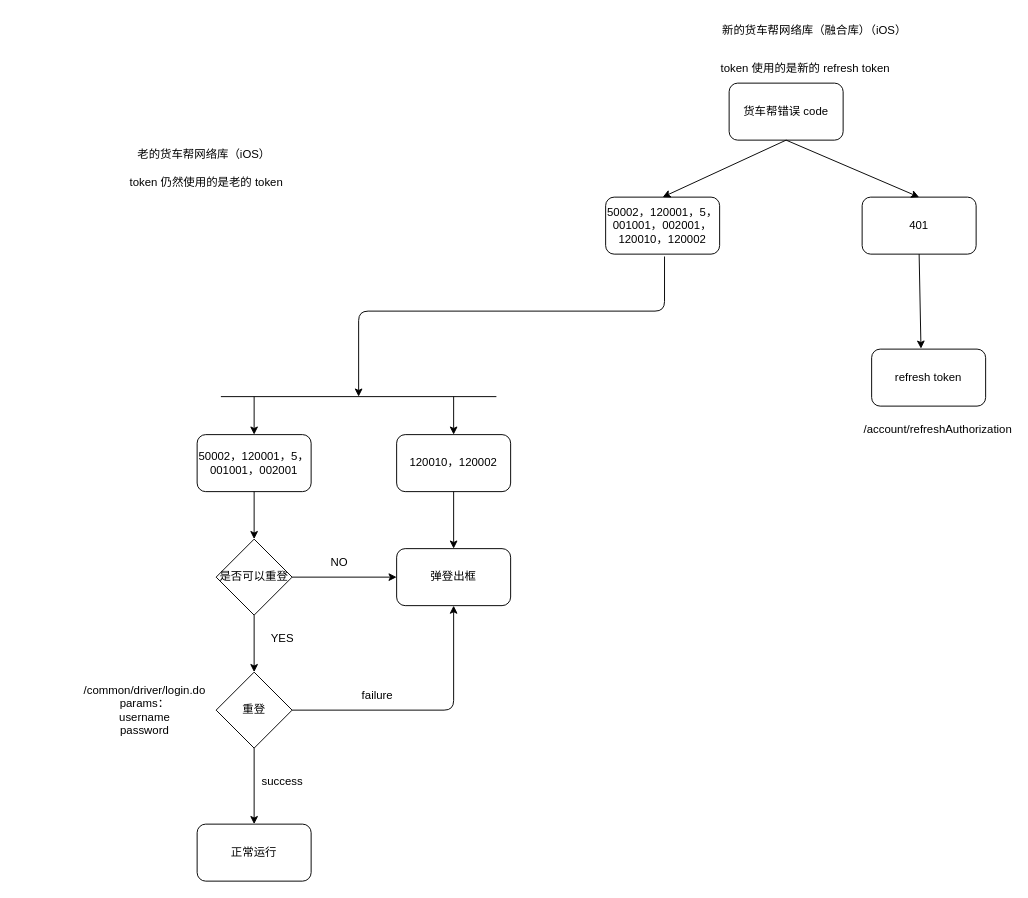
Above: a/网络库错误处理.drawio in fdd09/flow (draw.io), before the change. Source tidied: cells renumbered, new cells numbered last; positions are measured from the earlier drawing's top-left corner, leaving out a move shared by most shapes. Both pictures are drawn from the tidied source at 95%, with x=0, y=0 at pixel (116, 16).
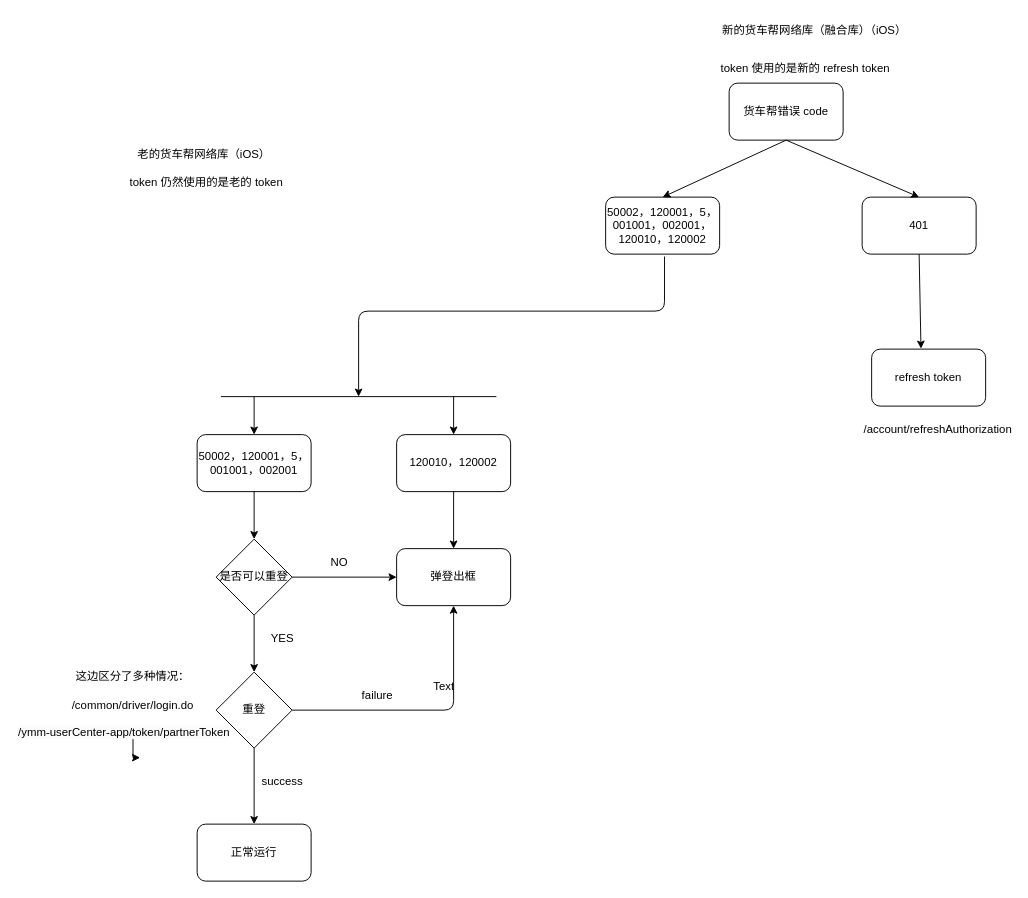
Above is the later version.

Commit message:
更新网络库错误处理.drawio

What changed in the source:
```diff
@@
+    <mxCell id="35" style="edgeStyle=orthogonalEdgeStyle;rounded=0;jettySize=auto;html=1;" parent="1" edge="1" source="34" target="37">
+      <mxGeometry relative="1" as="geometry" />
+    </mxCell>
-    <mxCell id="34" value="/common/driver/login.do&lt;br&gt;params：&lt;br&gt;username&lt;br&gt;password" style="text;html=1;strokeColor=none;fillColor=none;align=center;verticalAlign=middle;whiteSpace=wrap;rounded=0;" parent="1" vertex="1">
-      <mxGeometry y="715" width="60" height="30" as="geometry" />
+    <mxCell id="34" value="/common/driver/login.do&lt;br&gt;" style="text;html=1;strokeColor=none;fillColor=none;align=center;verticalAlign=middle;whiteSpace=wrap;rounded=0;" parent="1" vertex="1">
+      <mxGeometry x="-15" y="690" width="65" height="70" as="geometry" />
     </mxCell>
+    <mxCell id="36" value="Text" style="text;html=1;strokeColor=none;fillColor=none;align=center;verticalAlign=middle;whiteSpace=wrap;rounded=0;" parent="1" vertex="1">
+      <mxGeometry x="315" y="690" width="60" height="30" as="geometry" />
+    </mxCell>
+    <mxCell id="37" value="&lt;span style=&quot;color: rgb(0, 0, 0); font-family: Helvetica; font-size: 12px; font-style: normal; font-variant-ligatures: normal; font-variant-caps: normal; font-weight: 400; letter-spacing: normal; orphans: 2; text-align: center; text-indent: 0px; text-transform: none; widows: 2; word-spacing: 0px; -webkit-text-stroke-width: 0px; background-color: rgb(251, 251, 251); text-decoration-thickness: initial; text-decoration-style: initial; text-decoration-color: initial; float: none; display: inline !important;&quot;&gt;/ymm-userCenter-app/token/partnerToken&lt;/span&gt;" style="text;whiteSpace=wrap;html=1;" parent="1" vertex="1">
+      <mxGeometry x="-105" y="740" width="260" height="40" as="geometry" />
+    </mxCell>
+    <mxCell id="38" value="这边区分了多种情况：" style="text;html=1;strokeColor=none;fillColor=none;align=center;verticalAlign=middle;whiteSpace=wrap;rounded=0;" parent="1" vertex="1">
+      <mxGeometry x="-45" y="680" width="125" height="30" as="geometry" />
+    </mxCell>
```
